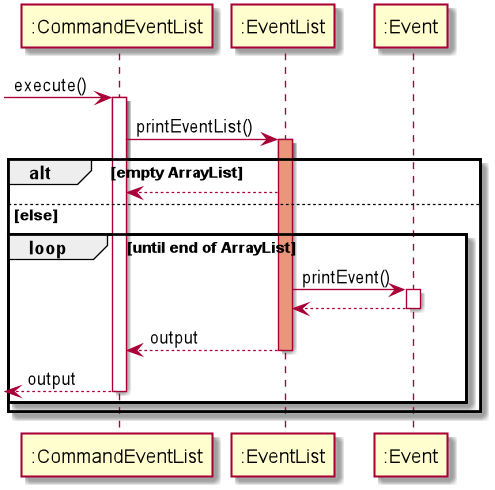
The PlantUML diagram docs/EventDiagram/SequenceDiagram/CommandEventList.png in nus-cs2113-AY2021S1/tp, before a commit.
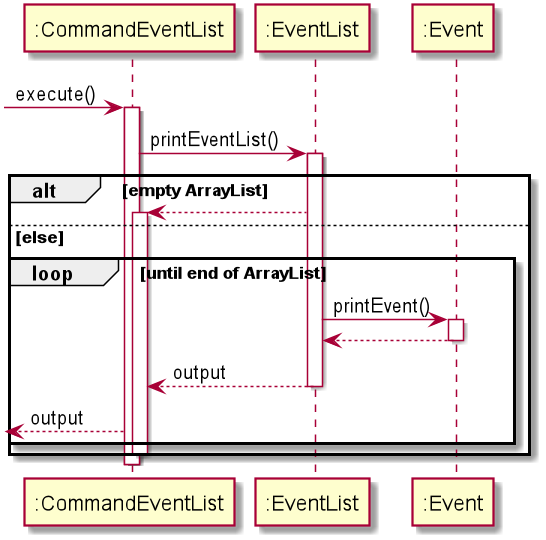
Later version of the same file.

Diff of the diagram source:
```diff
@@ -4,9 +4,10 @@
 activate ":CommandEventList"
 
 ":CommandEventList"  -> ":EventList":printEventList()
-activate ":EventList" #DarkSalmon
+activate ":EventList"
 alt empty ArrayList
     ":EventList" --> ":CommandEventList"
+    activate ":CommandEventList"
 else else
     loop until end of ArrayList
         ":EventList" -> ":Event" : printEvent()
@@ -15,10 +16,9 @@
         deactivate ":Event"
         ":EventList" --> ":CommandEventList" : output
         deactivate ":EventList"
-        return output
+          <-- ":CommandEventList" : output
     end
-    deactivate ":EventList"
-    deactivate ":EventList"
-    deactivate ":CommandEventList"
+   deactivate ":CommandEventList"
 end
+deactivate ":CommandEventList"
 @enduml
```
